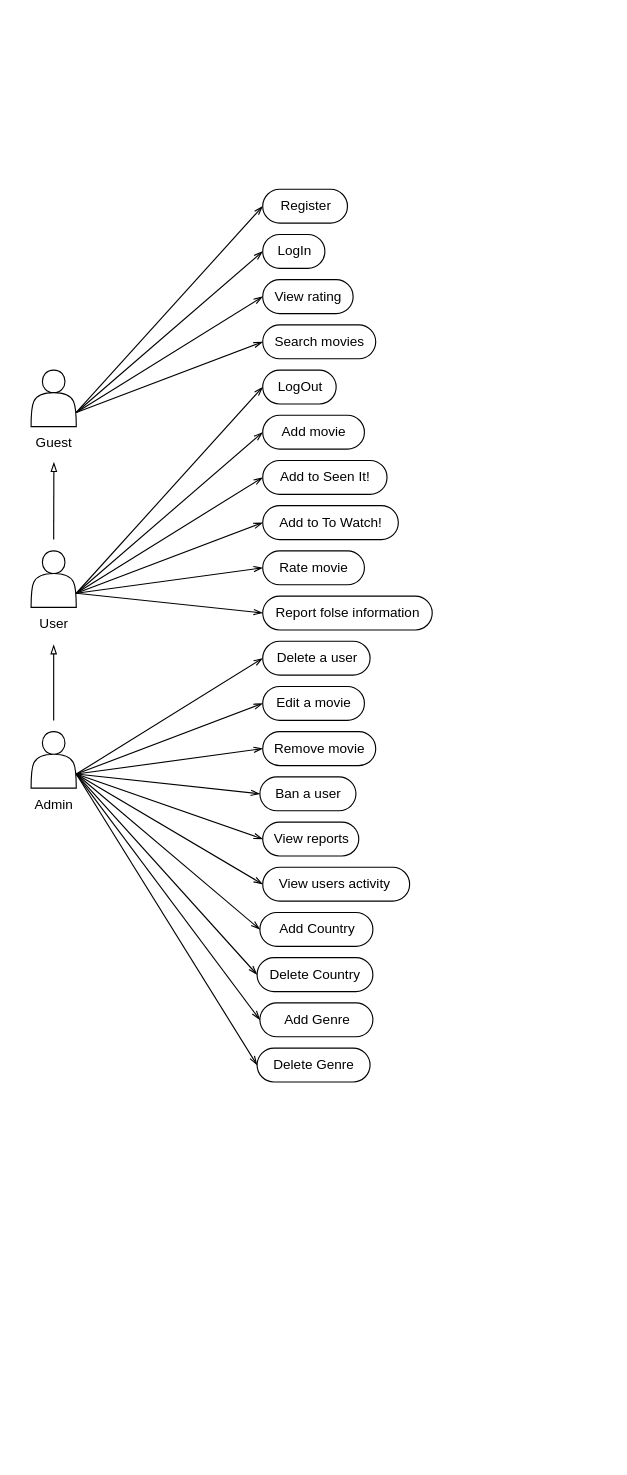
Before: Requirements/UseCaseDiagram.dio in KavomanyOrganization/MovieList, a draw.io diagram. Source tidied: cells renumbered, new cells numbered last; positions are measured from the earlier drawing's top-left corner, leaving out a move shared by most shapes. Both pictures are drawn from the tidied source at 113%, with x=0, y=0 at pixel (19, 189).
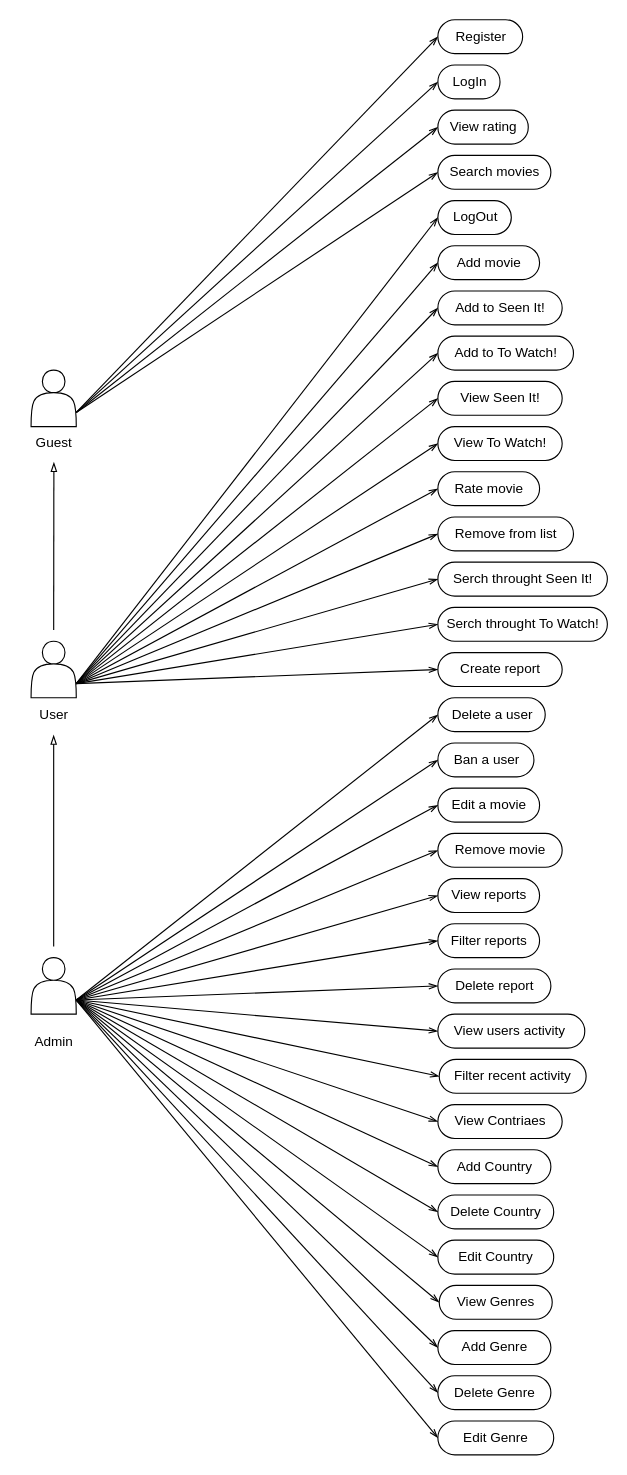
The same diagram, later.

Commit message:
Refactor ClassDiagram add new user cases

Unchanged cells that the change refers to:
```xml
<mxCell id="6" value="Guest" style="text;html=1;align=center;verticalAlign=middle;points=[];strokeColor=none;fillColor=none;" parent="1" vertex="1">
  <mxGeometry y="210" width="60" height="30" as="geometry" />
</mxCell>
```

Change to the diagram source:
```diff
@@
     <mxCell id="13" style="edgeStyle=none;html=1;entryX=0.503;entryY=1.053;entryDx=0;entryDy=0;entryPerimeter=0;endArrow=blockThin;endFill=0;" parent="1" edge="1" target="6">
       <mxGeometry relative="1" as="geometry">
-        <mxPoint x="30" y="310" as="sourcePoint" />
+        <mxPoint x="30" y="390" as="sourcePoint" />
       </mxGeometry>
     </mxCell>
     <mxCell id="14" style="shape=actor;whiteSpace=wrap;html=1;labelPosition=center;verticalLabelPosition=middle;align=center;verticalAlign=middle;" parent="1" vertex="1">
-      <mxGeometry x="10" y="320" width="40" height="50" as="geometry" />
+      <mxGeometry x="10" y="400" width="40" height="50" as="geometry" />
     </mxCell>
     <mxCell id="15" value="User" style="text;html=1;align=center;verticalAlign=middle;strokeColor=none;fillColor=none;" parent="1" vertex="1">
-      <mxGeometry x="5" y="370" width="50" height="30" as="geometry" />
+      <mxGeometry x="5" y="450" width="50" height="30" as="geometry" />
     </mxCell>
@@
     <mxCell id="19" style="edgeStyle=none;html=1;endArrow=blockThin;endFill=0;" parent="1" edge="1">
       <mxGeometry relative="1" as="geometry">
-        <mxPoint x="30" y="470" as="sourcePoint" />
-        <mxPoint x="30" y="403" as="targetPoint" />
+        <mxPoint x="30" y="670" as="sourcePoint" />
+        <mxPoint x="30" y="483" as="targetPoint" />
       </mxGeometry>
     </mxCell>
     <mxCell id="20" style="shape=actor;whiteSpace=wrap;html=1;labelPosition=center;verticalLabelPosition=middle;align=center;verticalAlign=middle;" parent="1" vertex="1">
-      <mxGeometry x="10" y="480" width="40" height="50" as="geometry" />
+      <mxGeometry x="10" y="680" width="40" height="50" as="geometry" />
     </mxCell>
     <mxCell id="21" value="Admin" style="text;html=1;align=center;verticalAlign=middle;strokeColor=none;fillColor=none;" parent="1" vertex="1">
-      <mxGeometry y="530" width="60" height="30" as="geometry" />
+      <mxGeometry y="740" width="60" height="30" as="geometry" />
     </mxCell>
     <mxCell id="22" value="Register" style="html=1;dashed=0;whitespace=wrap;shape=mxgraph.dfd.start;strokeWidth=1;" parent="1" vertex="1">
-      <mxGeometry x="215" width="75" height="30" as="geometry" />
+      <mxGeometry x="370" y="-150" width="75" height="30" as="geometry" />
     </mxCell>
     <mxCell id="23" value="LogIn" style="html=1;dashed=0;whitespace=wrap;shape=mxgraph.dfd.start;strokeWidth=1;" parent="1" vertex="1">
-      <mxGeometry x="215" y="40" width="55" height="30" as="geometry" />
+      <mxGeometry x="370" y="-110" width="55" height="30" as="geometry" />
     </mxCell>
     <mxCell id="24" value="LogOut" style="html=1;dashed=0;whitespace=wrap;shape=mxgraph.dfd.start;strokeWidth=1;" parent="1" vertex="1">
-      <mxGeometry x="215" y="160" width="65" height="30" as="geometry" />
+      <mxGeometry x="370" y="10" width="65" height="30" as="geometry" />
     </mxCell>
     <mxCell id="25" value="View&amp;nbsp;&lt;span style=&quot;background-color: transparent;&quot;&gt;rating&lt;/span&gt;" style="html=1;dashed=0;whitespace=wrap;shape=mxgraph.dfd.start;strokeWidth=1;" parent="1" vertex="1">
-      <mxGeometry x="215" y="80" width="80" height="30" as="geometry" />
+      <mxGeometry x="370" y="-70" width="80" height="30" as="geometry" />
     </mxCell>
     <mxCell id="26" value="Search movies" style="html=1;dashed=0;whitespace=wrap;shape=mxgraph.dfd.start;strokeWidth=1;" parent="1" vertex="1">
-      <mxGeometry x="215" y="120" width="100" height="30" as="geometry" />
+      <mxGeometry x="370" y="-30" width="100" height="30" as="geometry" />
     </mxCell>
     <mxCell id="27" value="Add to&lt;span style=&quot;background-color: transparent;&quot;&gt;&amp;nbsp;Seen It!&lt;/span&gt;" style="html=1;dashed=0;whitespace=wrap;shape=mxgraph.dfd.start;strokeWidth=1;" parent="1" vertex="1">
-      <mxGeometry x="215" y="240" width="110" height="30" as="geometry" />
+      <mxGeometry x="370" y="90" width="110" height="30" as="geometry" />
     </mxCell>
     <mxCell id="28" value="Add&amp;nbsp;&lt;span style=&quot;background-color: transparent;&quot;&gt;to To Watch!&lt;/span&gt;" style="html=1;dashed=0;whitespace=wrap;shape=mxgraph.dfd.start;strokeWidth=1;" parent="1" vertex="1">
-      <mxGeometry x="215" y="280" width="120" height="30" as="geometry" />
+      <mxGeometry x="370" y="130" width="120" height="30" as="geometry" />
     </mxCell>
     <mxCell id="29" value="Rate movie" style="html=1;dashed=0;whitespace=wrap;shape=mxgraph.dfd.start;strokeWidth=1;" parent="1" vertex="1">
-      <mxGeometry x="215" y="320" width="90" height="30" as="geometry" />
+      <mxGeometry x="370" y="250" width="90" height="30" as="geometry" />
     </mxCell>
     <mxCell id="30" value="Add movie" style="html=1;dashed=0;whitespace=wrap;shape=mxgraph.dfd.start;strokeWidth=1;" parent="1" vertex="1">
-      <mxGeometry x="215" y="200" width="90" height="30" as="geometry" />
+      <mxGeometry x="370" y="50" width="90" height="30" as="geometry" />
     </mxCell>
     <mxCell id="31" value="View users activity&amp;nbsp;" style="html=1;dashed=0;whitespace=wrap;shape=mxgraph.dfd.start;strokeWidth=1;" parent="1" vertex="1">
-      <mxGeometry x="215" y="600" width="130" height="30" as="geometry" />
+      <mxGeometry x="370" y="730" width="130" height="30" as="geometry" />
     </mxCell>
     <mxCell id="32" value="Delete a user" style="html=1;dashed=0;whitespace=wrap;shape=mxgraph.dfd.start;strokeWidth=1;" parent="1" vertex="1">
-      <mxGeometry x="215" y="400" width="95" height="30" as="geometry" />
+      <mxGeometry x="370" y="450" width="95" height="30" as="geometry" />
     </mxCell>
     <mxCell id="33" value="Remove movie" style="html=1;dashed=0;whitespace=wrap;shape=mxgraph.dfd.start;strokeWidth=1;" parent="1" vertex="1">
-      <mxGeometry x="215" y="480" width="100" height="30" as="geometry" />
+      <mxGeometry x="370" y="570" width="110" height="30" as="geometry" />
     </mxCell>
     <mxCell id="34" value="Edit a movie" style="html=1;dashed=0;whitespace=wrap;shape=mxgraph.dfd.start;strokeWidth=1;" parent="1" vertex="1">
-      <mxGeometry x="215" y="440" width="90" height="30" as="geometry" />
+      <mxGeometry x="370" y="530" width="90" height="30" as="geometry" />
     </mxCell>
@@
-    <mxCell id="36" value="Report folse information" style="html=1;dashed=0;whitespace=wrap;shape=mxgraph.dfd.start;strokeWidth=1;" parent="1" vertex="1">
-      <mxGeometry x="215" y="360" width="150" height="30" as="geometry" />
+    <mxCell id="36" value="Create report" style="html=1;dashed=0;whitespace=wrap;shape=mxgraph.dfd.start;strokeWidth=1;" parent="1" vertex="1">
+      <mxGeometry x="370" y="410" width="110" height="30" as="geometry" />
     </mxCell>
     <mxCell id="37" value="Ban a user" style="html=1;dashed=0;whitespace=wrap;shape=mxgraph.dfd.start;strokeWidth=1;" parent="1" vertex="1">
-      <mxGeometry x="212.5" y="520" width="85" height="30" as="geometry" />
+      <mxGeometry x="370" y="490" width="85" height="30" as="geometry" />
     </mxCell>
     <mxCell id="38" value="View reports" style="html=1;dashed=0;whitespace=wrap;shape=mxgraph.dfd.start;strokeWidth=1;" parent="1" vertex="1">
-      <mxGeometry x="215" y="560" width="85" height="30" as="geometry" />
+      <mxGeometry x="370" y="610" width="90" height="30" as="geometry" />
     </mxCell>
@@
     <mxCell id="42" value="Add Country" style="html=1;dashed=0;whitespace=wrap;shape=mxgraph.dfd.start;strokeWidth=1;" parent="1" vertex="1">
-      <mxGeometry x="212.5" y="640" width="100" height="30" as="geometry" />
+      <mxGeometry x="370" y="850" width="100" height="30" as="geometry" />
     </mxCell>
     <mxCell id="43" value="Delete Country" style="html=1;dashed=0;whitespace=wrap;shape=mxgraph.dfd.start;strokeWidth=1;" parent="1" vertex="1">
-      <mxGeometry x="210" y="680" width="102.5" height="30" as="geometry" />
+      <mxGeometry x="370" y="890" width="102.5" height="30" as="geometry" />
     </mxCell>
     <mxCell id="44" value="Delete Genre" style="html=1;dashed=0;whitespace=wrap;shape=mxgraph.dfd.start;strokeWidth=1;" parent="1" vertex="1">
-      <mxGeometry x="210" y="760" width="100" height="30" as="geometry" />
+      <mxGeometry x="370" y="1050" width="100" height="30" as="geometry" />
     </mxCell>
     <mxCell id="45" value="Add Genre" style="html=1;dashed=0;whitespace=wrap;shape=mxgraph.dfd.start;strokeWidth=1;" parent="1" vertex="1">
-      <mxGeometry x="212.5" y="720" width="100" height="30" as="geometry" />
+      <mxGeometry x="370" y="1010" width="100" height="30" as="geometry" />
     </mxCell>
@@
+    <mxCell id="50" value="Remove from list" style="html=1;dashed=0;whitespace=wrap;shape=mxgraph.dfd.start;strokeWidth=1;" parent="1" vertex="1">
+      <mxGeometry x="370" y="290" width="120" height="30" as="geometry" />
+    </mxCell>
+    <mxCell id="51" style="edgeStyle=none;html=1;exitX=1;exitY=0.75;exitDx=0;exitDy=0;entryX=0;entryY=0.5;entryDx=0;entryDy=0;entryPerimeter=0;endArrow=openThin;endFill=0;" parent="1" edge="1" source="14" target="50">
+      <mxGeometry relative="1" as="geometry" />
+    </mxCell>
+    <mxCell id="52" value="Serch throught Seen It!" style="html=1;dashed=0;whitespace=wrap;shape=mxgraph.dfd.start;strokeWidth=1;" parent="1" vertex="1">
+      <mxGeometry x="370" y="330" width="150" height="30" as="geometry" />
+    </mxCell>
+    <mxCell id="53" value="&lt;span style=&quot;color: rgb(0, 0, 0);&quot;&gt;Serch throught To Watch!&lt;/span&gt;" style="html=1;dashed=0;whitespace=wrap;shape=mxgraph.dfd.start;strokeWidth=1;" parent="1" vertex="1">
+      <mxGeometry x="370" y="370" width="150" height="30" as="geometry" />
+    </mxCell>
+    <mxCell id="54" style="edgeStyle=none;html=1;exitX=1;exitY=0.75;exitDx=0;exitDy=0;entryX=0;entryY=0.5;entryDx=0;entryDy=0;entryPerimeter=0;endArrow=openThin;endFill=0;" parent="1" edge="1" source="14" target="52">
+      <mxGeometry relative="1" as="geometry" />
+    </mxCell>
+    <mxCell id="55" style="edgeStyle=none;html=1;exitX=1;exitY=0.75;exitDx=0;exitDy=0;entryX=0;entryY=0.5;entryDx=0;entryDy=0;entryPerimeter=0;endArrow=openThin;endFill=0;" parent="1" edge="1" source="14" target="53">
+      <mxGeometry relative="1" as="geometry" />
+    </mxCell>
+    <mxCell id="56" value="Edit Country" style="html=1;dashed=0;whitespace=wrap;shape=mxgraph.dfd.start;strokeWidth=1;" parent="1" vertex="1">
+      <mxGeometry x="370" y="930" width="102.5" height="30" as="geometry" />
+    </mxCell>
+    <mxCell id="57" value="Edit Genre" style="html=1;dashed=0;whitespace=wrap;shape=mxgraph.dfd.start;strokeWidth=1;" parent="1" vertex="1">
+      <mxGeometry x="370" y="1090" width="102.5" height="30" as="geometry" />
+    </mxCell>
+    <mxCell id="58" style="edgeStyle=none;html=1;exitX=1;exitY=0.75;exitDx=0;exitDy=0;entryX=0;entryY=0.5;entryDx=0;entryDy=0;entryPerimeter=0;endArrow=openThin;endFill=0;" parent="1" edge="1" source="20" target="56">
+      <mxGeometry relative="1" as="geometry" />
+    </mxCell>
+    <mxCell id="59" style="edgeStyle=none;html=1;exitX=1;exitY=0.75;exitDx=0;exitDy=0;entryX=0;entryY=0.5;entryDx=0;entryDy=0;entryPerimeter=0;endArrow=openThin;endFill=0;" parent="1" edge="1" source="20" target="57">
+      <mxGeometry relative="1" as="geometry" />
+    </mxCell>
+    <mxCell id="60" value="Delete report" style="html=1;dashed=0;whitespace=wrap;shape=mxgraph.dfd.start;strokeWidth=1;" parent="1" vertex="1">
+      <mxGeometry x="370" y="690" width="100" height="30" as="geometry" />
+    </mxCell>
+    <mxCell id="61" style="edgeStyle=none;html=1;exitX=1;exitY=0.75;exitDx=0;exitDy=0;entryX=0;entryY=0.5;entryDx=0;entryDy=0;entryPerimeter=0;endArrow=openThin;endFill=0;" parent="1" edge="1" source="20" target="60">
+      <mxGeometry relative="1" as="geometry" />
+    </mxCell>
+    <mxCell id="62" value="View Seen It!" style="html=1;dashed=0;whitespace=wrap;shape=mxgraph.dfd.start;strokeWidth=1;" parent="1" vertex="1">
+      <mxGeometry x="370" y="170" width="110" height="30" as="geometry" />
+    </mxCell>
+    <mxCell id="63" value="View To Watch!" style="html=1;dashed=0;whitespace=wrap;shape=mxgraph.dfd.start;strokeWidth=1;" parent="1" vertex="1">
+      <mxGeometry x="370" y="210" width="110" height="30" as="geometry" />
+    </mxCell>
+    <mxCell id="64" style="edgeStyle=none;html=1;exitX=1;exitY=0.75;exitDx=0;exitDy=0;entryX=0;entryY=0.5;entryDx=0;entryDy=0;entryPerimeter=0;endArrow=openThin;endFill=0;" parent="1" edge="1" source="14" target="62">
+      <mxGeometry relative="1" as="geometry" />
+    </mxCell>
+    <mxCell id="65" style="edgeStyle=none;html=1;exitX=1;exitY=0.75;exitDx=0;exitDy=0;entryX=0;entryY=0.5;entryDx=0;entryDy=0;entryPerimeter=0;endArrow=openThin;endFill=0;" parent="1" edge="1" source="14" target="63">
+      <mxGeometry relative="1" as="geometry" />
+    </mxCell>
+    <mxCell id="66" value="View Contriaes" style="html=1;dashed=0;whitespace=wrap;shape=mxgraph.dfd.start;strokeWidth=1;" parent="1" vertex="1">
+      <mxGeometry x="370" y="810" width="110" height="30" as="geometry" />
+    </mxCell>
+    <mxCell id="67" value="View Genres" style="html=1;dashed=0;whitespace=wrap;shape=mxgraph.dfd.start;strokeWidth=1;" parent="1" vertex="1">
+      <mxGeometry x="371.2" y="970" width="100" height="30" as="geometry" />
+    </mxCell>
+    <mxCell id="68" style="edgeStyle=none;html=1;exitX=1;exitY=0.75;exitDx=0;exitDy=0;entryX=0;entryY=0.5;entryDx=0;entryDy=0;entryPerimeter=0;endArrow=openThin;endFill=0;" parent="1" edge="1" source="20" target="67">
+      <mxGeometry relative="1" as="geometry" />
+    </mxCell>
+    <mxCell id="69" style="edgeStyle=none;html=1;exitX=1;exitY=0.75;exitDx=0;exitDy=0;entryX=0;entryY=0.5;entryDx=0;entryDy=0;entryPerimeter=0;endArrow=openThin;endFill=0;" parent="1" edge="1" source="20" target="66">
+      <mxGeometry relative="1" as="geometry" />
+    </mxCell>
+    <mxCell id="70" value="Filter recent activity" style="html=1;dashed=0;whitespace=wrap;shape=mxgraph.dfd.start;strokeWidth=1;" parent="1" vertex="1">
+      <mxGeometry x="371.2" y="770" width="130" height="30" as="geometry" />
+    </mxCell>
+    <mxCell id="71" style="edgeStyle=none;html=1;exitX=1;exitY=0.75;exitDx=0;exitDy=0;entryX=0;entryY=0.5;entryDx=0;entryDy=0;entryPerimeter=0;endArrow=openThin;endFill=0;" parent="1" edge="1" source="20" target="70">
+      <mxGeometry relative="1" as="geometry" />
+    </mxCell>
+    <mxCell id="72" value="Filter reports" style="html=1;dashed=0;whitespace=wrap;shape=mxgraph.dfd.start;strokeWidth=1;" parent="1" vertex="1">
+      <mxGeometry x="370" y="650" width="90" height="30" as="geometry" />
+    </mxCell>
+    <mxCell id="73" style="edgeStyle=none;html=1;exitX=1;exitY=0.75;exitDx=0;exitDy=0;entryX=0;entryY=0.5;entryDx=0;entryDy=0;entryPerimeter=0;endArrow=openThin;endFill=0;" parent="1" edge="1" source="20" target="72">
+      <mxGeometry relative="1" as="geometry" />
+    </mxCell>
```
